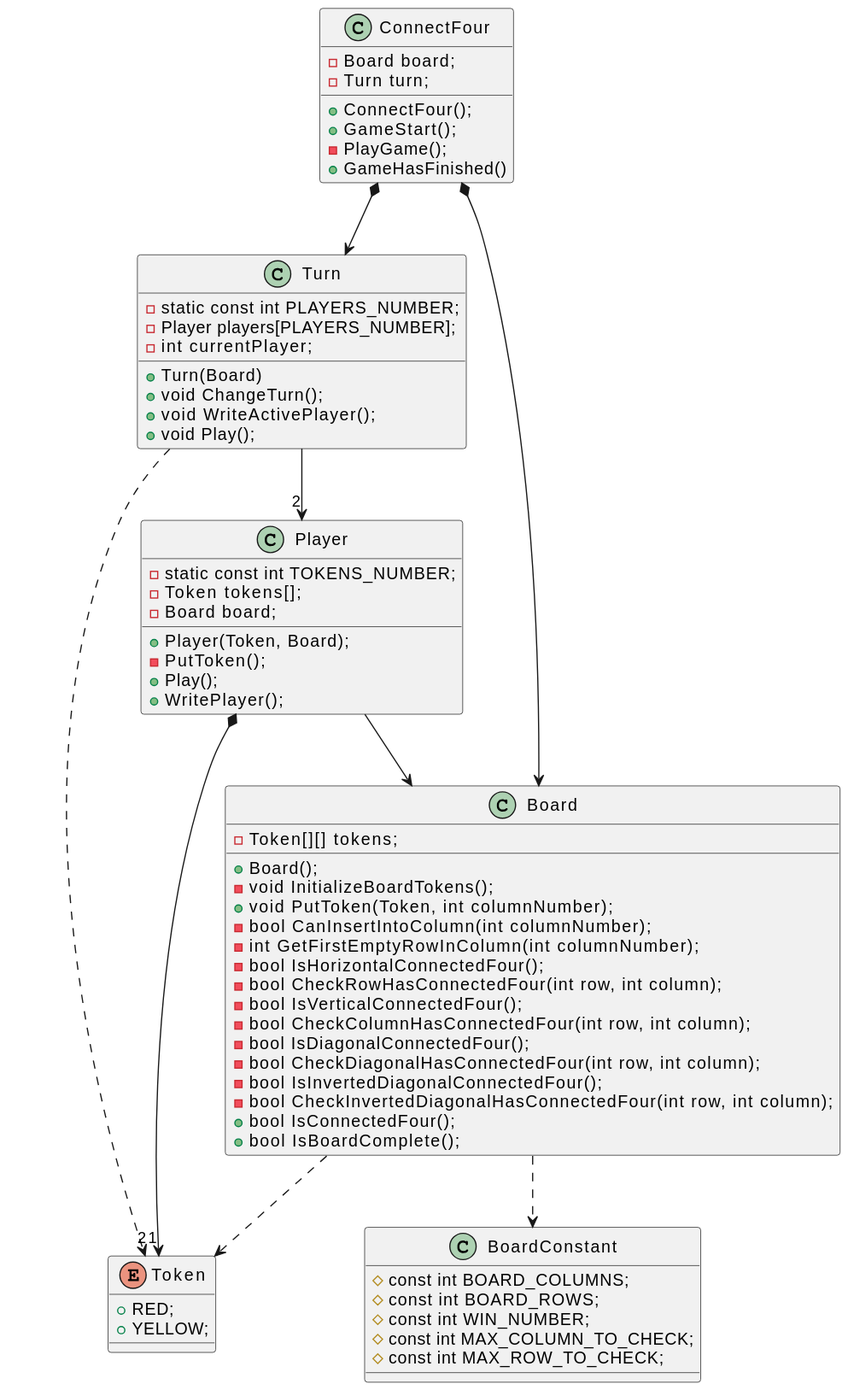
This is docs/out/uml.svg from bate-ye-edo/IWVG-ConnectFour, a PlantUML export, as it was before one commit. The source it was exported from:
```plantuml
@startuml
class ConnectFour{
  - Board board;
  - Turn turn;
  + ConnectFour();
  + GameStart();
  - PlayGame();
  + GameHasFinished()
}
class Turn{
  - static const int PLAYERS_NUMBER;
  - Player players[PLAYERS_NUMBER];
  - int currentPlayer;
  + Turn(Board)
  + void ChangeTurn();
  + void WriteActivePlayer();
  + void Play();
}
class Player{
  - static const int TOKENS_NUMBER;
  - Token tokens[];
  - Board board;
  + Player(Token, Board);
  - PutToken();
  + Play();
  + WritePlayer();
}
class Board{
  - Token[][] tokens;
  + Board();
  - void InitializeBoardTokens();
  + void PutToken(Token, int columnNumber);
  - bool CanInsertIntoColumn(int columnNumber);
  - int GetFirstEmptyRowInColumn(int columnNumber);
  - bool IsHorizontalConnectedFour();
  - bool CheckRowHasConnectedFour(int row, int column);
  - bool IsVerticalConnectedFour();
  - bool CheckColumnHasConnectedFour(int row, int column);
  - bool IsDiagonalConnectedFour();
  - bool CheckDiagonalHasConnectedFour(int row, int column);
  - bool IsInvertedDiagonalConnectedFour();
  - bool CheckInvertedDiagonalHasConnectedFour(int row, int column);
  + bool IsConnectedFour();
  + bool IsBoardComplete();
}
class BoardConstant{
  # const int BOARD_COLUMNS;
  # const int BOARD_ROWS;
  # const int WIN_NUMBER;
  # const int MAX_COLUMN_TO_CHECK;
  # const int MAX_ROW_TO_CHECK;
}
enum Token{
  + RED;
  + YELLOW;
}

ConnectFour  *-down-> Board
ConnectFour *-down-> Turn
Turn -down-> "2" Player
Turn .down.> Token
Player  *-down-> "21" Token
Player --> Board
Board ..>Token
Board ..>BoardConstant
@enduml
```
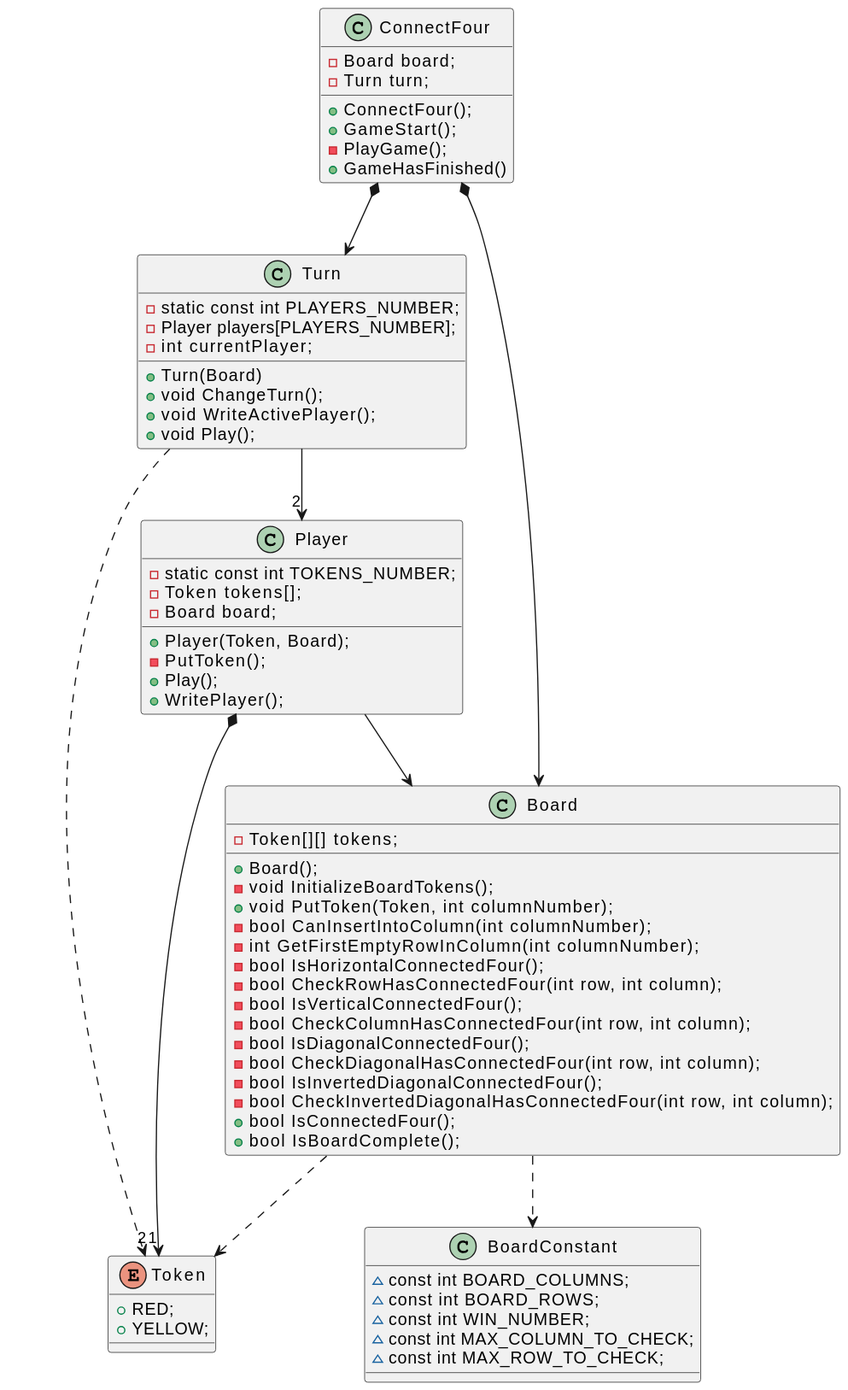
The same file after the commit.

Commit message:
Updated uml diagram

The edit, as a diff of the source:
```diff
@@ -43,12 +43,12 @@
   + bool IsConnectedFour();
   + bool IsBoardComplete();
 }
-class BoardConstant{
-  # const int BOARD_COLUMNS;
-  # const int BOARD_ROWS;
-  # const int WIN_NUMBER;
-  # const int MAX_COLUMN_TO_CHECK;
-  # const int MAX_ROW_TO_CHECK;
+static class BoardConstant{
+  ~ const int BOARD_COLUMNS;
+  ~ const int BOARD_ROWS;
+  ~ const int WIN_NUMBER;
+  ~ const int MAX_COLUMN_TO_CHECK;
+  ~ const int MAX_ROW_TO_CHECK;
 }
 enum Token{
   + RED;
```
